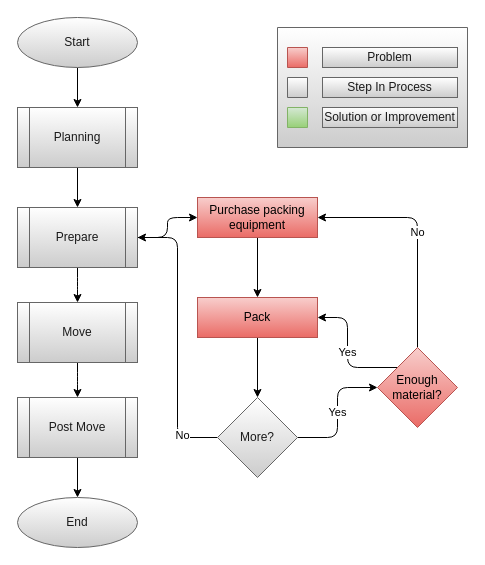
Earlier version of the draw.io diagram page "Prepare" (2 of 4) of Documents/flow_diagrams/Problem_Flow.drawio (LP-76/load.in). Source tidied: cells renumbered, new cells numbered last; positions are measured from the earlier drawing's top-left corner, leaving out a move shared by most shapes. Both pictures are drawn from the tidied source at 100%, with x=0, y=0 at pixel (17, 17).
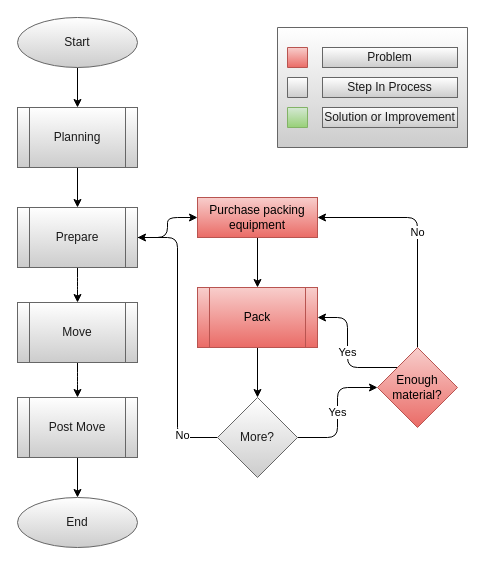
The same page after the edit.

Unchanged cells that the change refers to:
```xml
<mxCell id="3" value="Purchase packing equipment" style="whiteSpace=wrap;html=1;fontSize=12;strokeColor=#b85450;fillColor=#f8cecc;gradientColor=#ea6b66;" parent="1" vertex="1">
  <mxGeometry x="180" y="180" width="120" height="40" as="geometry" />
</mxCell>
<mxCell id="9" value="More?" style="rhombus;whiteSpace=wrap;html=1;fontColor=#1A1A1A;strokeColor=#666666;fillColor=#FFFFFF;gradientColor=#CCCCCC;" parent="1" vertex="1">
  <mxGeometry x="200" y="380" width="80" height="80" as="geometry" />
</mxCell>
```

Diff of the diagram source:
```diff
@@
-    <mxCell id="2" style="edgeStyle=orthogonalEdgeStyle;jettySize=auto;html=1;" parent="1" edge="1" source="3" target="5">
+    <mxCell id="2" style="edgeStyle=orthogonalEdgeStyle;jettySize=auto;html=1;entryX=0.5;entryY=0;entryDx=0;entryDy=0;" parent="1" edge="1" source="3" target="5">
       <mxGeometry relative="1" as="geometry" />
     </mxCell>
@@
-    <mxCell id="4" style="edgeStyle=orthogonalEdgeStyle;jettySize=auto;html=1;" parent="1" edge="1" source="5" target="9">
+    <mxCell id="4" style="edgeStyle=orthogonalEdgeStyle;jettySize=auto;html=1;exitX=0.5;exitY=1;exitDx=0;exitDy=0;exitPerimeter=0;" parent="1" edge="1" source="5" target="9">
       <mxGeometry relative="1" as="geometry" />
     </mxCell>
-    <mxCell id="5" value="Pack" style="whiteSpace=wrap;html=1;fontSize=12;strokeColor=#b85450;fillColor=#f8cecc;gradientColor=#ea6b66;" parent="1" vertex="1">
-      <mxGeometry x="180" y="280" width="120" height="40" as="geometry" />
-    </mxCell>
@@
+    <mxCell id="5" value="Pack" style="shape=process;whiteSpace=wrap;html=1;backgroundOutline=1;gradientColor=#ea6b66;fillColor=#f8cecc;strokeColor=#b85450;" parent="1" vertex="1">
+      <mxGeometry x="180" y="270" width="120" height="60" as="geometry" />
+    </mxCell>
```
